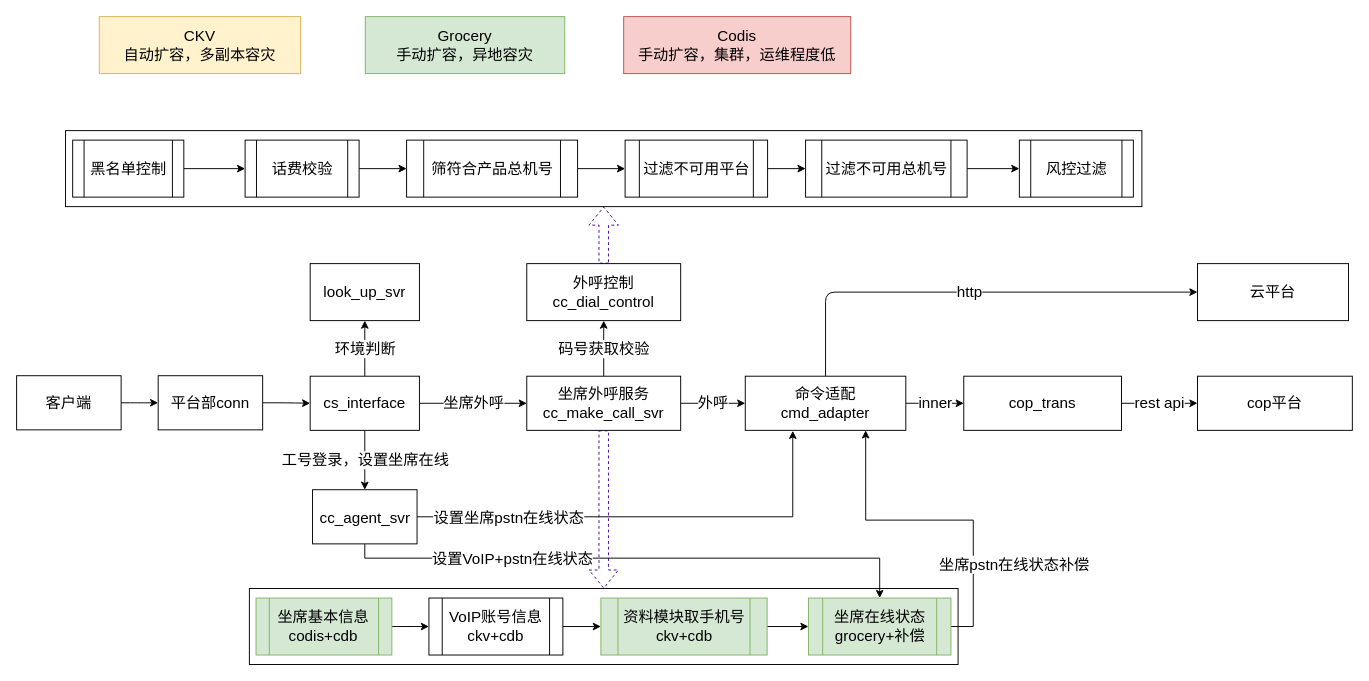
Above: Untitled Diagram.drawio in binbin6363/myproject (draw.io), before the change. Source tidied: cells renumbered, new cells numbered last; positions are measured from the earlier drawing's top-left corner, leaving out a move shared by most shapes. Both pictures are drawn from the tidied source at 95%, with x=0, y=0 at pixel (16, 16).
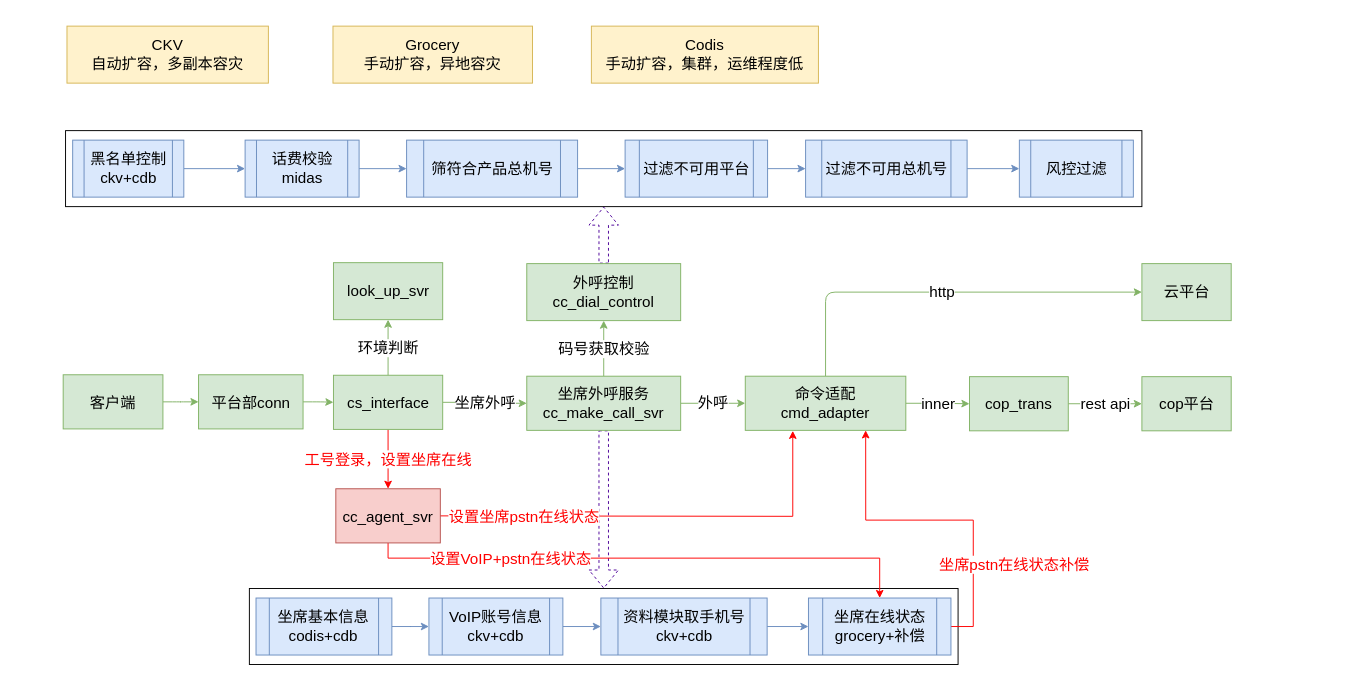
The same page after the edit.

The edit, as a diff of the source:
```diff
@@
-    <mxCell id="3" style="edgeStyle=orthogonalEdgeStyle;jettySize=auto;html=1;fontSize=16;fillColor=#ffffff;" parent="1" edge="1" source="4" target="6">
+    <mxCell id="3" style="edgeStyle=orthogonalEdgeStyle;jettySize=auto;html=1;fontSize=16;fillColor=#d5e8d4;strokeColor=#82b366;" parent="1" edge="1" source="4" target="6">
       <mxGeometry relative="1" as="geometry" />
     </mxCell>
-    <mxCell id="4" value="客户端" style="whiteSpace=wrap;html=1;fontSize=16;" parent="1" vertex="1">
-      <mxGeometry y="378" width="110" height="57" as="geometry" />
+    <mxCell id="4" value="客户端" style="whiteSpace=wrap;html=1;fontSize=16;fillColor=#d5e8d4;strokeColor=#82b366;" parent="1" vertex="1">
+      <mxGeometry x="49" y="377" width="105" height="57" as="geometry" />
     </mxCell>
-    <mxCell id="5" style="edgeStyle=orthogonalEdgeStyle;jettySize=auto;html=1;fontSize=16;fillColor=#ffffff;" parent="1" edge="1" source="6" target="10">
+    <mxCell id="5" style="edgeStyle=orthogonalEdgeStyle;jettySize=auto;html=1;fontSize=16;fillColor=#d5e8d4;strokeColor=#82b366;" parent="1" edge="1" source="6" target="10">
       <mxGeometry relative="1" as="geometry" />
     </mxCell>
-    <mxCell id="6" value="平台部conn" style="whiteSpace=wrap;html=1;fontSize=16;" parent="1" vertex="1">
-      <mxGeometry x="149" y="378" width="110" height="57" as="geometry" />
+    <mxCell id="6" value="平台部conn" style="whiteSpace=wrap;html=1;fontSize=16;fillColor=#d5e8d4;strokeColor=#82b366;" parent="1" vertex="1">
+      <mxGeometry x="191.5" y="377" width="110" height="57" as="geometry" />
     </mxCell>
-    <mxCell id="7" value="环境判断" style="edgeStyle=orthogonalEdgeStyle;jettySize=auto;html=1;fontSize=16;fillColor=#ffffff;" parent="1" edge="1" source="10" target="24">
+    <mxCell id="7" value="环境判断" style="edgeStyle=orthogonalEdgeStyle;jettySize=auto;html=1;fontSize=16;fillColor=#d5e8d4;strokeColor=#82b366;" parent="1" edge="1" source="10" target="24">
       <mxGeometry relative="1" as="geometry" />
     </mxCell>
-    <mxCell id="8" value="坐席外呼" style="edgeStyle=orthogonalEdgeStyle;jettySize=auto;html=1;fontSize=16;fillColor=#ffffff;" parent="1" edge="1" source="10" target="14">
+    <mxCell id="8" value="坐席外呼" style="edgeStyle=orthogonalEdgeStyle;jettySize=auto;html=1;fontSize=16;fillColor=#d5e8d4;strokeColor=#82b366;" parent="1" edge="1" source="10" target="14">
       <mxGeometry relative="1" as="geometry" />
     </mxCell>
-    <mxCell id="9" value="工号登录，设置坐席在线" style="edgeStyle=orthogonalEdgeStyle;rounded=0;jettySize=auto;html=1;entryX=0.5;entryY=0;entryDx=0;entryDy=0;startArrow=none;startFill=0;strokeColor=#000000;fontSize=16;" parent="1" edge="1" source="10" target="53">
+    <mxCell id="9" value="&lt;font color=&quot;#ff0000&quot;&gt;工号登录，设置坐席在线&lt;/font&gt;" style="edgeStyle=orthogonalEdgeStyle;rounded=0;jettySize=auto;html=1;entryX=0.5;entryY=0;entryDx=0;entryDy=0;startArrow=none;startFill=0;strokeColor=#FF0000;fontSize=16;" parent="1" edge="1" source="10" target="53">
       <mxGeometry relative="1" as="geometry" />
     </mxCell>
-    <mxCell id="10" value="cs_interface" style="whiteSpace=wrap;html=1;fontSize=16;" parent="1" vertex="1">
-      <mxGeometry x="309" y="378.5" width="115" height="57" as="geometry" />
+    <mxCell id="10" value="cs_interface" style="whiteSpace=wrap;html=1;fontSize=16;fillColor=#d5e8d4;strokeColor=#82b366;" parent="1" vertex="1">
+      <mxGeometry x="333.5" y="377.5" width="115" height="57" as="geometry" />
     </mxCell>
-    <mxCell id="11" value="码号获取校验" style="edgeStyle=orthogonalEdgeStyle;jettySize=auto;html=1;fontSize=16;fillColor=#ffffff;" parent="1" edge="1" source="14" target="16">
+    <mxCell id="11" value="码号获取校验" style="edgeStyle=orthogonalEdgeStyle;jettySize=auto;html=1;fontSize=16;fillColor=#d5e8d4;strokeColor=#82b366;" parent="1" edge="1" source="14" target="16">
       <mxGeometry relative="1" as="geometry" />
     </mxCell>
@@
-    <mxCell id="13" value="外呼" style="edgeStyle=orthogonalEdgeStyle;rounded=0;jettySize=auto;html=1;startArrow=none;startFill=0;strokeColor=#000000;fontSize=16;" parent="1" edge="1" source="14" target="19">
+    <mxCell id="13" value="外呼" style="edgeStyle=orthogonalEdgeStyle;rounded=0;jettySize=auto;html=1;startArrow=none;startFill=0;strokeColor=#82b366;fontSize=16;fillColor=#d5e8d4;" parent="1" edge="1" source="14" target="19">
       <mxGeometry relative="1" as="geometry" />
     </mxCell>
-    <mxCell id="14" value="坐席外呼服务&lt;br&gt;cc_make_call_svr" style="whiteSpace=wrap;html=1;fontSize=16;" parent="1" vertex="1">
+    <mxCell id="14" value="坐席外呼服务&lt;br&gt;cc_make_call_svr" style="whiteSpace=wrap;html=1;fontSize=16;fillColor=#d5e8d4;strokeColor=#82b366;" parent="1" vertex="1">
       <mxGeometry x="537" y="378.5" width="162" height="57" as="geometry" />
     </mxCell>
@@
-    <mxCell id="16" value="外呼控制&lt;br&gt;cc_dial_control&lt;br&gt;" style="whiteSpace=wrap;html=1;fontSize=16;" parent="1" vertex="1">
+    <mxCell id="16" value="外呼控制&lt;br&gt;cc_dial_control&lt;br&gt;" style="whiteSpace=wrap;html=1;fontSize=16;fillColor=#d5e8d4;strokeColor=#82b366;" parent="1" vertex="1">
       <mxGeometry x="537" y="260" width="162" height="60" as="geometry" />
     </mxCell>
-    <mxCell id="17" value="inner" style="edgeStyle=orthogonalEdgeStyle;jettySize=auto;html=1;fontSize=16;fillColor=#ffffff;" parent="1" edge="1" source="19" target="22">
+    <mxCell id="17" value="inner" style="edgeStyle=orthogonalEdgeStyle;jettySize=auto;html=1;fontSize=16;fillColor=#d5e8d4;strokeColor=#82b366;" parent="1" edge="1" source="19" target="22">
       <mxGeometry relative="1" as="geometry" />
     </mxCell>
-    <mxCell id="18" value="http" style="edgeStyle=orthogonalEdgeStyle;jettySize=auto;html=1;fontSize=16;fillColor=#ffffff;" parent="1" edge="1" source="19" target="20">
+    <mxCell id="18" value="http" style="edgeStyle=orthogonalEdgeStyle;jettySize=auto;html=1;fontSize=16;fillColor=#d5e8d4;strokeColor=#82b366;" parent="1" edge="1" source="19" target="20">
       <mxGeometry relative="1" as="geometry">
         <Array as="points">
           <mxPoint x="852" y="290" />
         </Array>
       </mxGeometry>
     </mxCell>
-    <mxCell id="19" value="命令适配&lt;br&gt;cmd_adapter" style="whiteSpace=wrap;html=1;fontSize=16;" parent="1" vertex="1">
+    <mxCell id="19" value="命令适配&lt;br&gt;cmd_adapter" style="whiteSpace=wrap;html=1;fontSize=16;fillColor=#d5e8d4;strokeColor=#82b366;" parent="1" vertex="1">
       <mxGeometry x="767" y="378.5" width="169" height="57" as="geometry" />
     </mxCell>
-    <mxCell id="20" value="云平台" style="whiteSpace=wrap;html=1;fontSize=16;" parent="1" vertex="1">
-      <mxGeometry x="1243" y="260" width="159" height="60" as="geometry" />
+    <mxCell id="20" value="云平台" style="whiteSpace=wrap;html=1;fontSize=16;fillColor=#d5e8d4;strokeColor=#82b366;" parent="1" vertex="1">
+      <mxGeometry x="1184.5" y="260" width="94" height="60" as="geometry" />
     </mxCell>
-    <mxCell id="21" value="rest api" style="edgeStyle=orthogonalEdgeStyle;jettySize=auto;html=1;fontSize=16;fillColor=#ffffff;" parent="1" edge="1" source="22" target="23">
+    <mxCell id="21" value="rest api" style="edgeStyle=orthogonalEdgeStyle;jettySize=auto;html=1;fontSize=16;fillColor=#d5e8d4;strokeColor=#82b366;" parent="1" edge="1" source="22" target="23">
       <mxGeometry relative="1" as="geometry" />
     </mxCell>
-    <mxCell id="22" value="cop_trans" style="whiteSpace=wrap;html=1;fontSize=16;" parent="1" vertex="1">
-      <mxGeometry x="997" y="378.5" width="166" height="57" as="geometry" />
+    <mxCell id="22" value="cop_trans" style="whiteSpace=wrap;html=1;fontSize=16;fillColor=#d5e8d4;strokeColor=#82b366;" parent="1" vertex="1">
+      <mxGeometry x="1003" y="379" width="104" height="57" as="geometry" />
     </mxCell>
-    <mxCell id="23" value="cop平台" style="whiteSpace=wrap;html=1;fontSize=16;" parent="1" vertex="1">
-      <mxGeometry x="1243" y="378.5" width="163" height="57" as="geometry" />
+    <mxCell id="23" value="cop平台" style="whiteSpace=wrap;html=1;fontSize=16;fillColor=#d5e8d4;strokeColor=#82b366;" parent="1" vertex="1">
+      <mxGeometry x="1184.5" y="379" width="94" height="57" as="geometry" />
     </mxCell>
-    <mxCell id="24" value="look_up_svr" style="whiteSpace=wrap;html=1;fontSize=16;" parent="1" vertex="1">
-      <mxGeometry x="309" y="260" width="115" height="60" as="geometry" />
+    <mxCell id="24" value="look_up_svr" style="whiteSpace=wrap;html=1;fontSize=16;fillColor=#d5e8d4;strokeColor=#82b366;" parent="1" vertex="1">
+      <mxGeometry x="333.5" y="259" width="115" height="60" as="geometry" />
     </mxCell>
-    <mxCell id="25" style="edgeStyle=orthogonalEdgeStyle;rounded=0;jettySize=auto;html=1;fontSize=16;" parent="1" edge="1" source="26" target="28">
+    <mxCell id="25" style="edgeStyle=orthogonalEdgeStyle;rounded=0;jettySize=auto;html=1;fontSize=16;fillColor=#dae8fc;strokeColor=#6c8ebf;" parent="1" edge="1" source="26" target="28">
       <mxGeometry relative="1" as="geometry" />
     </mxCell>
-    <mxCell id="26" value="黑名单控制" style="shape=process;whiteSpace=wrap;html=1;backgroundOutline=1;fontSize=16;flipH=1;flipV=1;" parent="1" vertex="1">
+    <mxCell id="26" value="黑名单控制&lt;br&gt;ckv+cdb&lt;br&gt;" style="shape=process;whiteSpace=wrap;html=1;backgroundOutline=1;fontSize=16;flipH=1;flipV=1;fillColor=#dae8fc;strokeColor=#6c8ebf;" parent="1" vertex="1">
       <mxGeometry x="59" y="130" width="117" height="60" as="geometry" />
     </mxCell>
-    <mxCell id="27" style="edgeStyle=orthogonalEdgeStyle;rounded=0;jettySize=auto;html=1;fontSize=16;" parent="1" edge="1" source="28" target="30">
+    <mxCell id="27" style="edgeStyle=orthogonalEdgeStyle;rounded=0;jettySize=auto;html=1;fontSize=16;fillColor=#dae8fc;strokeColor=#6c8ebf;" parent="1" edge="1" source="28" target="30">
       <mxGeometry relative="1" as="geometry" />
     </mxCell>
-    <mxCell id="28" value="话费校验" style="shape=process;whiteSpace=wrap;html=1;backgroundOutline=1;fontSize=16;flipH=1;flipV=1;" parent="1" vertex="1">
+    <mxCell id="28" value="话费校验&lt;br&gt;midas&lt;br&gt;" style="shape=process;whiteSpace=wrap;html=1;backgroundOutline=1;fontSize=16;flipH=1;flipV=1;fillColor=#dae8fc;strokeColor=#6c8ebf;" parent="1" vertex="1">
       <mxGeometry x="240.5" y="130" width="120" height="60" as="geometry" />
     </mxCell>
-    <mxCell id="29" style="edgeStyle=orthogonalEdgeStyle;rounded=0;jettySize=auto;html=1;fontSize=16;" parent="1" edge="1" source="30" target="32">
+    <mxCell id="29" style="edgeStyle=orthogonalEdgeStyle;rounded=0;jettySize=auto;html=1;fontSize=16;fillColor=#dae8fc;strokeColor=#6c8ebf;" parent="1" edge="1" source="30" target="32">
       <mxGeometry relative="1" as="geometry" />
     </mxCell>
-    <mxCell id="30" value="筛符合产品总机号" style="shape=process;whiteSpace=wrap;html=1;backgroundOutline=1;fontSize=16;flipH=1;flipV=1;" parent="1" vertex="1">
+    <mxCell id="30" value="筛符合产品总机号" style="shape=process;whiteSpace=wrap;html=1;backgroundOutline=1;fontSize=16;flipH=1;flipV=1;fillColor=#dae8fc;strokeColor=#6c8ebf;" parent="1" vertex="1">
       <mxGeometry x="410.5" y="130" width="180" height="60" as="geometry" />
     </mxCell>
-    <mxCell id="31" style="edgeStyle=orthogonalEdgeStyle;rounded=0;jettySize=auto;html=1;fontSize=16;" parent="1" edge="1" source="32" target="34">
+    <mxCell id="31" style="edgeStyle=orthogonalEdgeStyle;rounded=0;jettySize=auto;html=1;fontSize=16;fillColor=#dae8fc;strokeColor=#6c8ebf;" parent="1" edge="1" source="32" target="34">
       <mxGeometry relative="1" as="geometry" />
     </mxCell>
-    <mxCell id="32" value="过滤不可用平台" style="shape=process;whiteSpace=wrap;html=1;backgroundOutline=1;fontSize=16;flipH=1;flipV=1;" parent="1" vertex="1">
+    <mxCell id="32" value="过滤不可用平台" style="shape=process;whiteSpace=wrap;html=1;backgroundOutline=1;fontSize=16;flipH=1;flipV=1;fillColor=#dae8fc;strokeColor=#6c8ebf;" parent="1" vertex="1">
       <mxGeometry x="640.5" y="130" width="150" height="60" as="geometry" />
     </mxCell>
-    <mxCell id="33" style="edgeStyle=orthogonalEdgeStyle;rounded=0;jettySize=auto;html=1;fontSize=16;" parent="1" edge="1" source="34" target="35">
+    <mxCell id="33" style="edgeStyle=orthogonalEdgeStyle;rounded=0;jettySize=auto;html=1;fontSize=16;fillColor=#dae8fc;strokeColor=#6c8ebf;" parent="1" edge="1" source="34" target="35">
       <mxGeometry relative="1" as="geometry" />
     </mxCell>
-    <mxCell id="34" value="过滤不可用总机号" style="shape=process;whiteSpace=wrap;html=1;backgroundOutline=1;fontSize=16;flipH=1;flipV=1;" parent="1" vertex="1">
+    <mxCell id="34" value="过滤不可用总机号" style="shape=process;whiteSpace=wrap;html=1;backgroundOutline=1;fontSize=16;flipH=1;flipV=1;fillColor=#dae8fc;strokeColor=#6c8ebf;" parent="1" vertex="1">
       <mxGeometry x="830.5" y="130" width="170" height="60" as="geometry" />
     </mxCell>
-    <mxCell id="35" value="风控过滤" style="shape=process;whiteSpace=wrap;html=1;backgroundOutline=1;fontSize=16;flipH=1;flipV=1;" parent="1" vertex="1">
+    <mxCell id="35" value="风控过滤" style="shape=process;whiteSpace=wrap;html=1;backgroundOutline=1;fontSize=16;flipH=1;flipV=1;fillColor=#dae8fc;strokeColor=#6c8ebf;" parent="1" vertex="1">
       <mxGeometry x="1055.5" y="130" width="120" height="60" as="geometry" />
     </mxCell>
     <mxCell id="36" value="CKV&lt;br&gt;自动扩容，多副本容灾&lt;br&gt;" style="rounded=0;whiteSpace=wrap;html=1;fontSize=16;fillColor=#fff2cc;strokeColor=#d6b656;" parent="1" vertex="1">
-      <mxGeometry x="87" width="212" height="60" as="geometry" />
+      <mxGeometry x="53" y="10" width="212" height="60" as="geometry" />
     </mxCell>
-    <mxCell id="37" value="Grocery&lt;br&gt;手动扩容，异地容灾&lt;br&gt;" style="rounded=0;whiteSpace=wrap;html=1;fontSize=16;fillColor=#d5e8d4;strokeColor=#82b366;" parent="1" vertex="1">
-      <mxGeometry x="367" width="210" height="60" as="geometry" />
+    <mxCell id="37" value="Grocery&lt;br&gt;手动扩容，异地容灾&lt;br&gt;" style="rounded=0;whiteSpace=wrap;html=1;fontSize=16;fillColor=#fff2cc;strokeColor=#d6b656;" parent="1" vertex="1">
+      <mxGeometry x="333" y="10" width="210" height="60" as="geometry" />
     </mxCell>
-    <mxCell id="38" value="Codis&lt;br&gt;手动扩容，集群，运维程度低&lt;br&gt;" style="rounded=0;whiteSpace=wrap;html=1;fontSize=16;fillColor=#f8cecc;strokeColor=#b85450;" parent="1" vertex="1">
-      <mxGeometry x="639" width="239" height="60" as="geometry" />
+    <mxCell id="38" value="Codis&lt;br&gt;手动扩容，集群，运维程度低&lt;br&gt;" style="rounded=0;whiteSpace=wrap;html=1;fontSize=16;fillColor=#fff2cc;strokeColor=#d6b656;" parent="1" vertex="1">
+      <mxGeometry x="605" y="10" width="239" height="60" as="geometry" />
     </mxCell>
@@
-    <mxCell id="40" style="edgeStyle=orthogonalEdgeStyle;rounded=0;jettySize=auto;html=1;fontSize=16;" parent="1" edge="1" source="41" target="43">
+    <mxCell id="40" style="edgeStyle=orthogonalEdgeStyle;rounded=0;jettySize=auto;html=1;fontSize=16;fillColor=#dae8fc;strokeColor=#6c8ebf;" parent="1" edge="1" source="41" target="43">
       <mxGeometry relative="1" as="geometry" />
     </mxCell>
-    <mxCell id="41" value="坐席基本信息&lt;br&gt;codis+cdb&lt;br&gt;" style="shape=process;whiteSpace=wrap;html=1;backgroundOutline=1;fontSize=16;flipH=1;flipV=1;fillColor=#d5e8d4;strokeColor=#82b366;" parent="1" vertex="1">
+    <mxCell id="41" value="坐席基本信息&lt;br&gt;codis+cdb&lt;br&gt;" style="shape=process;whiteSpace=wrap;html=1;backgroundOutline=1;fontSize=16;flipH=1;flipV=1;fillColor=#dae8fc;strokeColor=#6c8ebf;" parent="1" vertex="1">
       <mxGeometry x="252" y="612" width="143" height="60" as="geometry" />
     </mxCell>
-    <mxCell id="42" style="edgeStyle=orthogonalEdgeStyle;rounded=0;jettySize=auto;html=1;fontSize=16;" parent="1" edge="1" source="43" target="45">
+    <mxCell id="42" style="edgeStyle=orthogonalEdgeStyle;rounded=0;jettySize=auto;html=1;fontSize=16;fillColor=#dae8fc;strokeColor=#6c8ebf;" parent="1" edge="1" source="43" target="45">
       <mxGeometry relative="1" as="geometry" />
     </mxCell>
-    <mxCell id="43" value="VoIP账号信息&lt;br&gt;ckv+cdb&lt;br&gt;" style="shape=process;whiteSpace=wrap;html=1;backgroundOutline=1;fontSize=16;flipH=1;flipV=1;" parent="1" vertex="1">
+    <mxCell id="43" value="VoIP账号信息&lt;br&gt;ckv+cdb&lt;br&gt;" style="shape=process;whiteSpace=wrap;html=1;backgroundOutline=1;fontSize=16;flipH=1;flipV=1;fillColor=#dae8fc;strokeColor=#6c8ebf;" parent="1" vertex="1">
       <mxGeometry x="434" y="612" width="141" height="60" as="geometry" />
     </mxCell>
-    <mxCell id="44" style="edgeStyle=orthogonalEdgeStyle;rounded=0;jettySize=auto;html=1;fontSize=16;" parent="1" edge="1" source="45" target="48">
+    <mxCell id="44" style="edgeStyle=orthogonalEdgeStyle;rounded=0;jettySize=auto;html=1;fontSize=16;fillColor=#dae8fc;strokeColor=#6c8ebf;" parent="1" edge="1" source="45" target="48">
       <mxGeometry relative="1" as="geometry" />
     </mxCell>
-    <mxCell id="45" value="资料模块取手机号&lt;br&gt;ckv+cdb&lt;br&gt;" style="shape=process;whiteSpace=wrap;html=1;backgroundOutline=1;fontSize=16;flipH=1;flipV=1;fillColor=#d5e8d4;strokeColor=#82b366;" parent="1" vertex="1">
+    <mxCell id="45" value="资料模块取手机号&lt;br&gt;ckv+cdb&lt;br&gt;" style="shape=process;whiteSpace=wrap;html=1;backgroundOutline=1;fontSize=16;flipH=1;flipV=1;fillColor=#dae8fc;strokeColor=#6c8ebf;" parent="1" vertex="1">
       <mxGeometry x="615" y="612" width="175" height="60" as="geometry" />
     </mxCell>
-    <mxCell id="46" style="edgeStyle=orthogonalEdgeStyle;rounded=0;jettySize=auto;html=1;entryX=0.75;entryY=1;entryDx=0;entryDy=0;startArrow=none;startFill=0;strokeColor=#000000;fontSize=16;" parent="1" edge="1" source="48" target="19">
+    <mxCell id="46" style="edgeStyle=orthogonalEdgeStyle;rounded=0;jettySize=auto;html=1;entryX=0.75;entryY=1;entryDx=0;entryDy=0;startArrow=none;startFill=0;strokeColor=#FF0000;fontSize=16;" parent="1" edge="1" source="48" target="19">
       <mxGeometry relative="1" as="geometry">
         <Array as="points">
           <mxPoint x="1007" y="642" />
           <mxPoint x="1007" y="530" />
-          <mxPoint x="893" y="530" />
+          <mxPoint x="894" y="530" />
         </Array>
       </mxGeometry>
     </mxCell>
-    <mxCell id="47" value="坐席pstn在线状态补偿" style="text;html=1;align=center;verticalAlign=middle;labelBackgroundColor=#ffffff;fontSize=16;" parent="46" vertex="1">
+    <mxCell id="47" value="坐席pstn在线状态补偿" style="text;html=1;align=center;verticalAlign=middle;labelBackgroundColor=#ffffff;fontSize=16;fontColor=#FF0000;" parent="46" vertex="1">
       <mxGeometry x="0.24" relative="1" as="geometry">
         <mxPoint x="120" y="46" as="offset" />
       </mxGeometry>
     </mxCell>
-    <mxCell id="48" value="坐席在线状态&lt;br&gt;grocery+补偿&lt;br&gt;" style="shape=process;whiteSpace=wrap;html=1;backgroundOutline=1;fontSize=16;flipH=1;flipV=1;fillColor=#d5e8d4;strokeColor=#82b366;" parent="1" vertex="1">
+    <mxCell id="48" value="坐席在线状态&lt;br&gt;grocery+补偿&lt;br&gt;" style="shape=process;whiteSpace=wrap;html=1;backgroundOutline=1;fontSize=16;flipH=1;flipV=1;fillColor=#dae8fc;strokeColor=#6c8ebf;" parent="1" vertex="1">
       <mxGeometry x="833.5" y="612" width="150" height="60" as="geometry" />
     </mxCell>
-    <mxCell id="49" style="edgeStyle=orthogonalEdgeStyle;rounded=0;jettySize=auto;html=1;startArrow=none;startFill=0;strokeColor=#000000;fontSize=16;exitX=1;exitY=0.5;exitDx=0;exitDy=0;" parent="1" edge="1" source="53">
+    <mxCell id="49" style="edgeStyle=orthogonalEdgeStyle;rounded=0;jettySize=auto;html=1;startArrow=none;startFill=0;strokeColor=#FF0000;fontSize=16;exitX=1;exitY=0.5;exitDx=0;exitDy=0;" parent="1" edge="1" source="53">
       <mxGeometry relative="1" as="geometry">
         <mxPoint x="817" y="436" as="targetPoint" />
         <Array as="points">
           <mxPoint x="422" y="526" />
           <mxPoint x="817" y="526" />
         </Array>
       </mxGeometry>
     </mxCell>
-    <mxCell id="50" value="设置坐席pstn在线状态" style="text;html=1;align=center;verticalAlign=middle;labelBackgroundColor=#ffffff;fontSize=16;" parent="49" vertex="1">
+    <mxCell id="50" value="设置坐席pstn在线状态" style="text;html=1;align=center;verticalAlign=middle;labelBackgroundColor=#ffffff;fontSize=16;fontColor=#FF0000;" parent="49" vertex="1">
       <mxGeometry x="0.16" y="1" relative="1" as="geometry">
-        <mxPoint x="-186" y="0.5" as="offset" />
+        <mxPoint x="-160" y="0.5" as="offset" />
       </mxGeometry>
     </mxCell>
-    <mxCell id="51" style="edgeStyle=orthogonalEdgeStyle;rounded=0;jettySize=auto;html=1;entryX=0.5;entryY=0;entryDx=0;entryDy=0;startArrow=none;startFill=0;strokeColor=#000000;fontSize=16;" parent="1" edge="1" source="53" target="48">
+    <mxCell id="51" style="edgeStyle=orthogonalEdgeStyle;rounded=0;jettySize=auto;html=1;entryX=0.5;entryY=0;entryDx=0;entryDy=0;startArrow=none;startFill=0;strokeColor=#FF0000;fontSize=16;" parent="1" edge="1" source="53" target="48">
       <mxGeometry relative="1" as="geometry">
         <Array as="points">
-          <mxPoint x="367" y="570" />
+          <mxPoint x="391" y="570" />
           <mxPoint x="909" y="570" />
         </Array>
       </mxGeometry>
     </mxCell>
-    <mxCell id="52" value="设置VoIP+pstn在线状态" style="text;html=1;align=center;verticalAlign=middle;labelBackgroundColor=#ffffff;fontSize=16;" parent="51" vertex="1">
+    <mxCell id="52" value="设置VoIP+pstn在线状态" style="text;html=1;align=center;verticalAlign=middle;labelBackgroundColor=#ffffff;fontSize=16;fontColor=#FF0000;" parent="51" vertex="1">
       <mxGeometry x="-0.29" y="-1" relative="1" as="geometry">
-        <mxPoint x="-43" y="-1" as="offset" />
+        <mxPoint x="-60" y="-1" as="offset" />
       </mxGeometry>
     </mxCell>
-    <mxCell id="53" value="cc_agent_svr" style="whiteSpace=wrap;html=1;fontSize=16;" parent="1" vertex="1">
-      <mxGeometry x="311.5" y="498" width="110" height="57" as="geometry" />
+    <mxCell id="53" value="cc_agent_svr" style="whiteSpace=wrap;html=1;fontSize=16;fillColor=#f8cecc;strokeColor=#b85450;" parent="1" vertex="1">
+      <mxGeometry x="336" y="497" width="110" height="57" as="geometry" />
     </mxCell>
```
